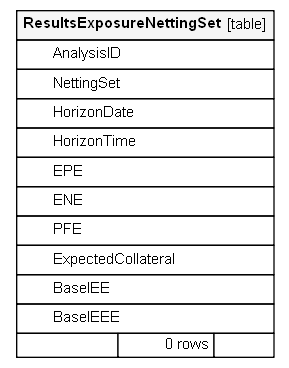
Before: docs/schemaDoc/diagrams/orphans/ResultsExposureNettingSet.1degree.png, a diagram exported from Graphviz (rkapl123/OreControl). Its source is kept beside it as docs/schemaDoc/diagrams/orphans/ResultsExposureNettingSet.1degree.dot. The source it was exported from:
```dot
digraph "ResultsExposureNettingSet" {
  graph [
    rankdir="RL"
    bgcolor="#ffffff"
    nodesep="0.18"
    ranksep="0.46"
    fontname="Helvetica"
    fontsize="11"
    ration="compress"
  ];
  node [
    fontname="Helvetica"
    fontsize="11"
    shape="plaintext"
  ];
  edge [
    arrowsize="0.8"
  ];
  "ResultsExposureNettingSet" [
   label=<
    <TABLE BORDER="0" CELLBORDER="1" CELLSPACING="0" BGCOLOR="#ffffff">
      <TR><TD COLSPAN="3"  BGCOLOR="#f5f5f5"><TABLE BORDER="0" CELLSPACING="0"><TR><TD ALIGN="LEFT"><B>ResultsExposureNettingSet</B></TD><TD ALIGN="RIGHT">[table]</TD></TR></TABLE></TD></TR>
      <TR><TD PORT="AnalysisID" COLSPAN="3" ALIGN="LEFT"><TABLE BORDER="0" CELLSPACING="0" ALIGN="LEFT"><TR ALIGN="LEFT"><TD ALIGN="LEFT" FIXEDSIZE="TRUE" WIDTH="15" HEIGHT="16"></TD><TD ALIGN="LEFT" FIXEDSIZE="TRUE" WIDTH="158" HEIGHT="16">AnalysisID</TD></TR></TABLE></TD></TR>
      <TR><TD PORT="NettingSet" COLSPAN="3" ALIGN="LEFT"><TABLE BORDER="0" CELLSPACING="0" ALIGN="LEFT"><TR ALIGN="LEFT"><TD ALIGN="LEFT" FIXEDSIZE="TRUE" WIDTH="15" HEIGHT="16"></TD><TD ALIGN="LEFT" FIXEDSIZE="TRUE" WIDTH="158" HEIGHT="16">NettingSet</TD></TR></TABLE></TD></TR>
      <TR><TD PORT="HorizonDate" COLSPAN="3" ALIGN="LEFT"><TABLE BORDER="0" CELLSPACING="0" ALIGN="LEFT"><TR ALIGN="LEFT"><TD ALIGN="LEFT" FIXEDSIZE="TRUE" WIDTH="15" HEIGHT="16"></TD><TD ALIGN="LEFT" FIXEDSIZE="TRUE" WIDTH="158" HEIGHT="16">HorizonDate</TD></TR></TABLE></TD></TR>
      <TR><TD PORT="HorizonTime" COLSPAN="3" ALIGN="LEFT"><TABLE BORDER="0" CELLSPACING="0" ALIGN="LEFT"><TR ALIGN="LEFT"><TD ALIGN="LEFT" FIXEDSIZE="TRUE" WIDTH="15" HEIGHT="16"></TD><TD ALIGN="LEFT" FIXEDSIZE="TRUE" WIDTH="158" HEIGHT="16">HorizonTime</TD></TR></TABLE></TD></TR>
      <TR><TD PORT="EPE" COLSPAN="3" ALIGN="LEFT"><TABLE BORDER="0" CELLSPACING="0" ALIGN="LEFT"><TR ALIGN="LEFT"><TD ALIGN="LEFT" FIXEDSIZE="TRUE" WIDTH="15" HEIGHT="16"></TD><TD ALIGN="LEFT" FIXEDSIZE="TRUE" WIDTH="158" HEIGHT="16">EPE</TD></TR></TABLE></TD></TR>
      <TR><TD PORT="ENE" COLSPAN="3" ALIGN="LEFT"><TABLE BORDER="0" CELLSPACING="0" ALIGN="LEFT"><TR ALIGN="LEFT"><TD ALIGN="LEFT" FIXEDSIZE="TRUE" WIDTH="15" HEIGHT="16"></TD><TD ALIGN="LEFT" FIXEDSIZE="TRUE" WIDTH="158" HEIGHT="16">ENE</TD></TR></TABLE></TD></TR>
      <TR><TD PORT="PFE" COLSPAN="3" ALIGN="LEFT"><TABLE BORDER="0" CELLSPACING="0" ALIGN="LEFT"><TR ALIGN="LEFT"><TD ALIGN="LEFT" FIXEDSIZE="TRUE" WIDTH="15" HEIGHT="16"></TD><TD ALIGN="LEFT" FIXEDSIZE="TRUE" WIDTH="158" HEIGHT="16">PFE</TD></TR></TABLE></TD></TR>
      <TR><TD PORT="ExpectedCollateral" COLSPAN="3" ALIGN="LEFT"><TABLE BORDER="0" CELLSPACING="0" ALIGN="LEFT"><TR ALIGN="LEFT"><TD ALIGN="LEFT" FIXEDSIZE="TRUE" WIDTH="15" HEIGHT="16"></TD><TD ALIGN="LEFT" FIXEDSIZE="TRUE" WIDTH="158" HEIGHT="16">ExpectedCollateral</TD></TR></TABLE></TD></TR>
      <TR><TD PORT="BaselEE" COLSPAN="3" ALIGN="LEFT"><TABLE BORDER="0" CELLSPACING="0" ALIGN="LEFT"><TR ALIGN="LEFT"><TD ALIGN="LEFT" FIXEDSIZE="TRUE" WIDTH="15" HEIGHT="16"></TD><TD ALIGN="LEFT" FIXEDSIZE="TRUE" WIDTH="158" HEIGHT="16">BaselEE</TD></TR></TABLE></TD></TR>
      <TR><TD PORT="BaselEEE" COLSPAN="3" ALIGN="LEFT"><TABLE BORDER="0" CELLSPACING="0" ALIGN="LEFT"><TR ALIGN="LEFT"><TD ALIGN="LEFT" FIXEDSIZE="TRUE" WIDTH="15" HEIGHT="16"></TD><TD ALIGN="LEFT" FIXEDSIZE="TRUE" WIDTH="158" HEIGHT="16">BaselEEE</TD></TR></TABLE></TD></TR>
      <TR><TD ALIGN="LEFT" BGCOLOR="#ffffff">  </TD><TD ALIGN="RIGHT" BGCOLOR="#ffffff">0 rows</TD><TD ALIGN="RIGHT" BGCOLOR="#ffffff">  </TD></TR>
    </TABLE>>
    URL="tables/ResultsExposureNettingSet.html"
    tooltip="ResultsExposureNettingSet"
  ];
}
```
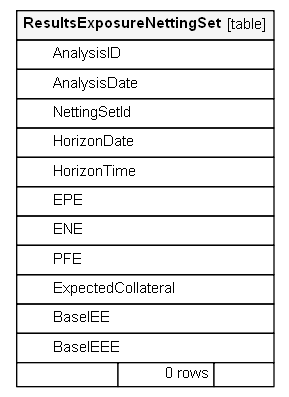
The same file after the commit.

Change to the diagram source:
```diff
@@ -21,7 +21,8 @@
     <TABLE BORDER="0" CELLBORDER="1" CELLSPACING="0" BGCOLOR="#ffffff">
       <TR><TD COLSPAN="3"  BGCOLOR="#f5f5f5"><TABLE BORDER="0" CELLSPACING="0"><TR><TD ALIGN="LEFT"><B>ResultsExposureNettingSet</B></TD><TD ALIGN="RIGHT">[table]</TD></TR></TABLE></TD></TR>
       <TR><TD PORT="AnalysisID" COLSPAN="3" ALIGN="LEFT"><TABLE BORDER="0" CELLSPACING="0" ALIGN="LEFT"><TR ALIGN="LEFT"><TD ALIGN="LEFT" FIXEDSIZE="TRUE" WIDTH="15" HEIGHT="16"></TD><TD ALIGN="LEFT" FIXEDSIZE="TRUE" WIDTH="158" HEIGHT="16">AnalysisID</TD></TR></TABLE></TD></TR>
-      <TR><TD PORT="NettingSet" COLSPAN="3" ALIGN="LEFT"><TABLE BORDER="0" CELLSPACING="0" ALIGN="LEFT"><TR ALIGN="LEFT"><TD ALIGN="LEFT" FIXEDSIZE="TRUE" WIDTH="15" HEIGHT="16"></TD><TD ALIGN="LEFT" FIXEDSIZE="TRUE" WIDTH="158" HEIGHT="16">NettingSet</TD></TR></TABLE></TD></TR>
+      <TR><TD PORT="AnalysisDate" COLSPAN="3" ALIGN="LEFT"><TABLE BORDER="0" CELLSPACING="0" ALIGN="LEFT"><TR ALIGN="LEFT"><TD ALIGN="LEFT" FIXEDSIZE="TRUE" WIDTH="15" HEIGHT="16"></TD><TD ALIGN="LEFT" FIXEDSIZE="TRUE" WIDTH="158" HEIGHT="16">AnalysisDate</TD></TR></TABLE></TD></TR>
+      <TR><TD PORT="NettingSetId" COLSPAN="3" ALIGN="LEFT"><TABLE BORDER="0" CELLSPACING="0" ALIGN="LEFT"><TR ALIGN="LEFT"><TD ALIGN="LEFT" FIXEDSIZE="TRUE" WIDTH="15" HEIGHT="16"></TD><TD ALIGN="LEFT" FIXEDSIZE="TRUE" WIDTH="158" HEIGHT="16">NettingSetId</TD></TR></TABLE></TD></TR>
       <TR><TD PORT="HorizonDate" COLSPAN="3" ALIGN="LEFT"><TABLE BORDER="0" CELLSPACING="0" ALIGN="LEFT"><TR ALIGN="LEFT"><TD ALIGN="LEFT" FIXEDSIZE="TRUE" WIDTH="15" HEIGHT="16"></TD><TD ALIGN="LEFT" FIXEDSIZE="TRUE" WIDTH="158" HEIGHT="16">HorizonDate</TD></TR></TABLE></TD></TR>
       <TR><TD PORT="HorizonTime" COLSPAN="3" ALIGN="LEFT"><TABLE BORDER="0" CELLSPACING="0" ALIGN="LEFT"><TR ALIGN="LEFT"><TD ALIGN="LEFT" FIXEDSIZE="TRUE" WIDTH="15" HEIGHT="16"></TD><TD ALIGN="LEFT" FIXEDSIZE="TRUE" WIDTH="158" HEIGHT="16">HorizonTime</TD></TR></TABLE></TD></TR>
       <TR><TD PORT="EPE" COLSPAN="3" ALIGN="LEFT"><TABLE BORDER="0" CELLSPACING="0" ALIGN="LEFT"><TR ALIGN="LEFT"><TD ALIGN="LEFT" FIXEDSIZE="TRUE" WIDTH="15" HEIGHT="16"></TD><TD ALIGN="LEFT" FIXEDSIZE="TRUE" WIDTH="158" HEIGHT="16">EPE</TD></TR></TABLE></TD></TR>
```
